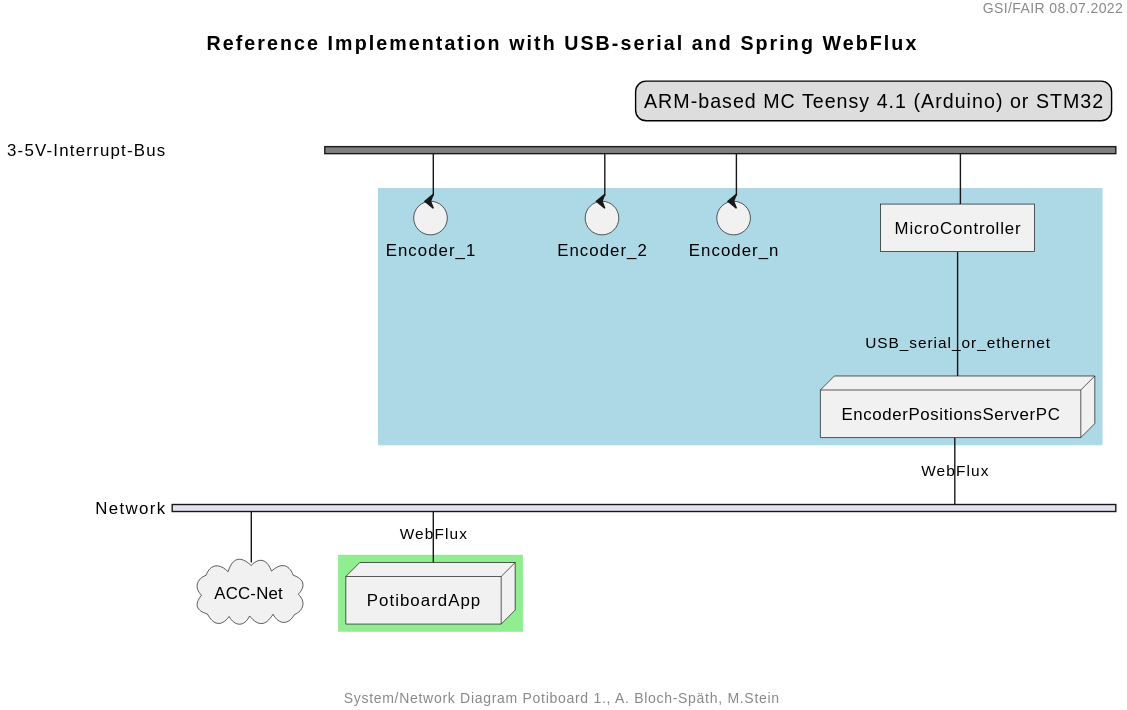
Above: evaluation/common/img/potiboard_network_01.svg in steinmartin/encoder-positions-docs (PlantUML), before the change. The source it was exported from:
```plantuml
@startuml

header GSI/FAIR 08.07.2022
footer System/Network Diagram Potiboard 1., A. Bloch-Späth, M.Stein
title Reference Implementation with USB-serial and Spring WebFlux

 legend top right
   ARM-based MC Teensy 4.1 (Arduino) or STM32
 endlegend

nwdiag {
  network 3-5V-Interrupt-Bus {
    group {
      color = "lightblue";
       Encoder_1;
       Encoder_2;
       Encoder_n;
      MicroController;
      EncoderPositionsServerPC;
    }

    color = "gray"
    Encoder_1 [shape = control];
    Encoder_2 [shape = control];
    Encoder_n [shape = control];
    MicroController [shape = component];
  }

  MicroController -- EncoderPositionsServerPC;
  EncoderPositionsServerPC [shape = node, address = USB_serial_or_ethernet];

  network Network {
    ACC-Net [shape = cloud];
    EncoderPositionsServerPC [shape = node, address = WebFlux];
    PotiboardApp [shape = node, address = WebFlux];
    group {
      color = "lightgreen";
      PotiboardApp;
    }
  }
}
@enduml
```
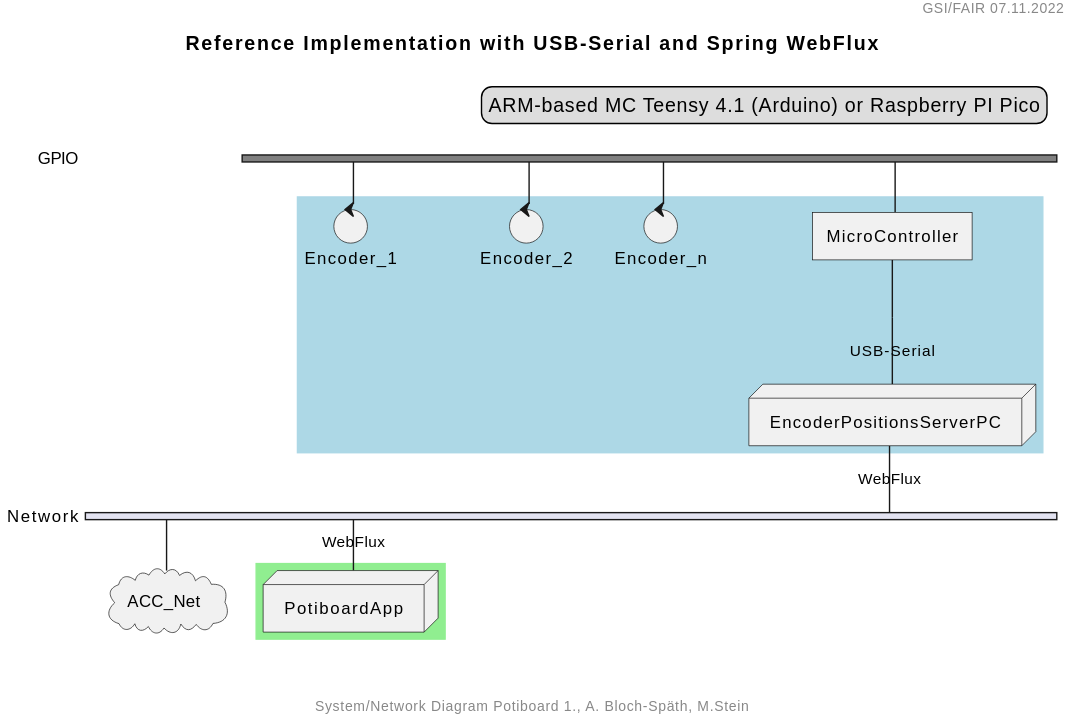
Above is the later version.

The edit, as a diff of the source:
```diff
@@ -1,15 +1,15 @@
 @startuml
 
-header GSI/FAIR 08.07.2022
+header GSI/FAIR 07.11.2022
 footer System/Network Diagram Potiboard 1., A. Bloch-Späth, M.Stein
-title Reference Implementation with USB-serial and Spring WebFlux
+title Reference Implementation with USB-Serial and Spring WebFlux
 
  legend top right
-   ARM-based MC Teensy 4.1 (Arduino) or STM32
+   ARM-based MC Teensy 4.1 (Arduino) or Raspberry PI Pico
  endlegend
 
 nwdiag {
-  network 3-5V-Interrupt-Bus {
+  network GPIO {
     group {
       color = "lightblue";
        Encoder_1;
@@ -18,19 +18,17 @@
       MicroController;
       EncoderPositionsServerPC;
     }
-
     color = "gray"
     Encoder_1 [shape = control];
     Encoder_2 [shape = control];
     Encoder_n [shape = control];
     MicroController [shape = component];
+    MicroController -- EncoderPositionsServerPC;
+    EncoderPositionsServerPC [shape = node, address = USB-Serial];
   }
 
-  MicroController -- EncoderPositionsServerPC;
-  EncoderPositionsServerPC [shape = node, address = USB_serial_or_ethernet];
-
   network Network {
-    ACC-Net [shape = cloud];
+    ACC_Net [shape = cloud];
     EncoderPositionsServerPC [shape = node, address = WebFlux];
     PotiboardApp [shape = node, address = WebFlux];
     group {
```
